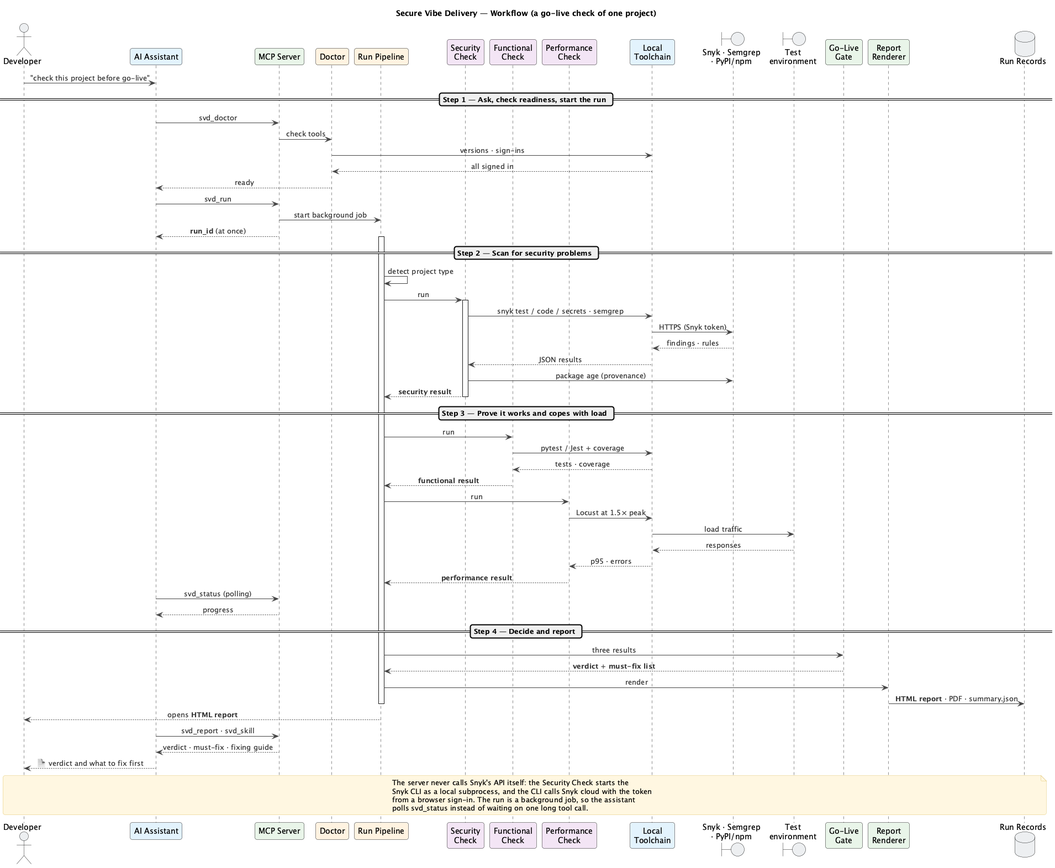
This is docs/architecture/system-workflow.png from t-labs-buy/secure-vibe-delivery, a PlantUML export, as it was before one commit. The source it was exported from:
```plantuml
@startuml system-workflow
title Secure Vibe Delivery — Workflow (a go-live check of one project)

skinparam backgroundColor #FFFFFF
skinparam shadowing false
skinparam sequenceMessageAlign center
skinparam roundcorner 8
skinparam ArrowColor #444444
skinparam ArrowFontColor #333333
skinparam responseMessageBelowArrow true
skinparam NoteBackgroundColor #FFF7E0
skinparam NoteBorderColor #E0C46C

actor "Developer" as User #ECEFF1
participant "AI Assistant" as AST #E3F2FD
participant "MCP Server" as MCP #E8F5E9
participant "Doctor" as DOC #FFF3E0
participant "Run Pipeline" as PIPE #FFF3E0
participant "Security\nCheck" as SEC #F3E5F5
participant "Functional\nCheck" as FUN #F3E5F5
participant "Performance\nCheck" as PERF #F3E5F5
participant "Local\nToolchain" as TOOLS #E3F2FD
boundary "Snyk · Semgrep\n· PyPI/npm" as CLOUD #ECEFF1
boundary "Test\nenvironment" as TEST #ECEFF1
participant "Go-Live\nGate" as GATE #E8F5E9
participant "Report\nRenderer" as REND #E8F5E9
database "Run Records" as RUNS #ECEFF1

User -> AST : "check this project before go-live"

== Step 1 — Ask, check readiness, start the run ==
AST -> MCP : svd_doctor
MCP -> DOC : check tools
DOC -> TOOLS : versions · sign-ins
TOOLS --> DOC : all signed in
DOC --> AST : ready
AST -> MCP : svd_run
MCP -> PIPE : start background job
MCP --> AST : **run_id** (at once)

== Step 2 — Scan for security problems ==
activate PIPE
PIPE -> PIPE : detect project type
PIPE -> SEC : run
activate SEC
SEC -> TOOLS : snyk test / code / secrets · semgrep
TOOLS -> CLOUD : HTTPS (Snyk token)
CLOUD --> TOOLS : findings · rules
TOOLS --> SEC : JSON results
SEC -> CLOUD : package age (provenance)
SEC --> PIPE : **security result**
deactivate SEC

== Step 3 — Prove it works and copes with load ==
PIPE -> FUN : run
FUN -> TOOLS : pytest / Jest + coverage
TOOLS --> FUN : tests · coverage
FUN --> PIPE : **functional result**
PIPE -> PERF : run
PERF -> TOOLS : Locust at 1.5× peak
TOOLS -> TEST : load traffic
TEST --> TOOLS : responses
TOOLS --> PERF : p95 · errors
PERF --> PIPE : **performance result**
AST -> MCP : svd_status (polling)
MCP --> AST : progress

== Step 4 — Decide and report ==
PIPE -> GATE : three results
GATE --> PIPE : **verdict** + **must-fix list**
PIPE -> REND : render
REND -> RUNS : **HTML report** · PDF · summary.json
deactivate PIPE
PIPE --> User : opens **HTML report**
AST -> MCP : svd_report · svd_skill
MCP --> AST : verdict · must-fix · fixing guide
AST --> User : 📄 verdict and what to fix first

note across
  The server never calls Snyk's API itself: the Security Check starts the
  Snyk CLI as a local subprocess, and the CLI calls Snyk cloud with the token
  from a browser sign-in. The run is a background job, so the assistant
  polls svd_status instead of waiting on one long tool call.
end note

@enduml
```
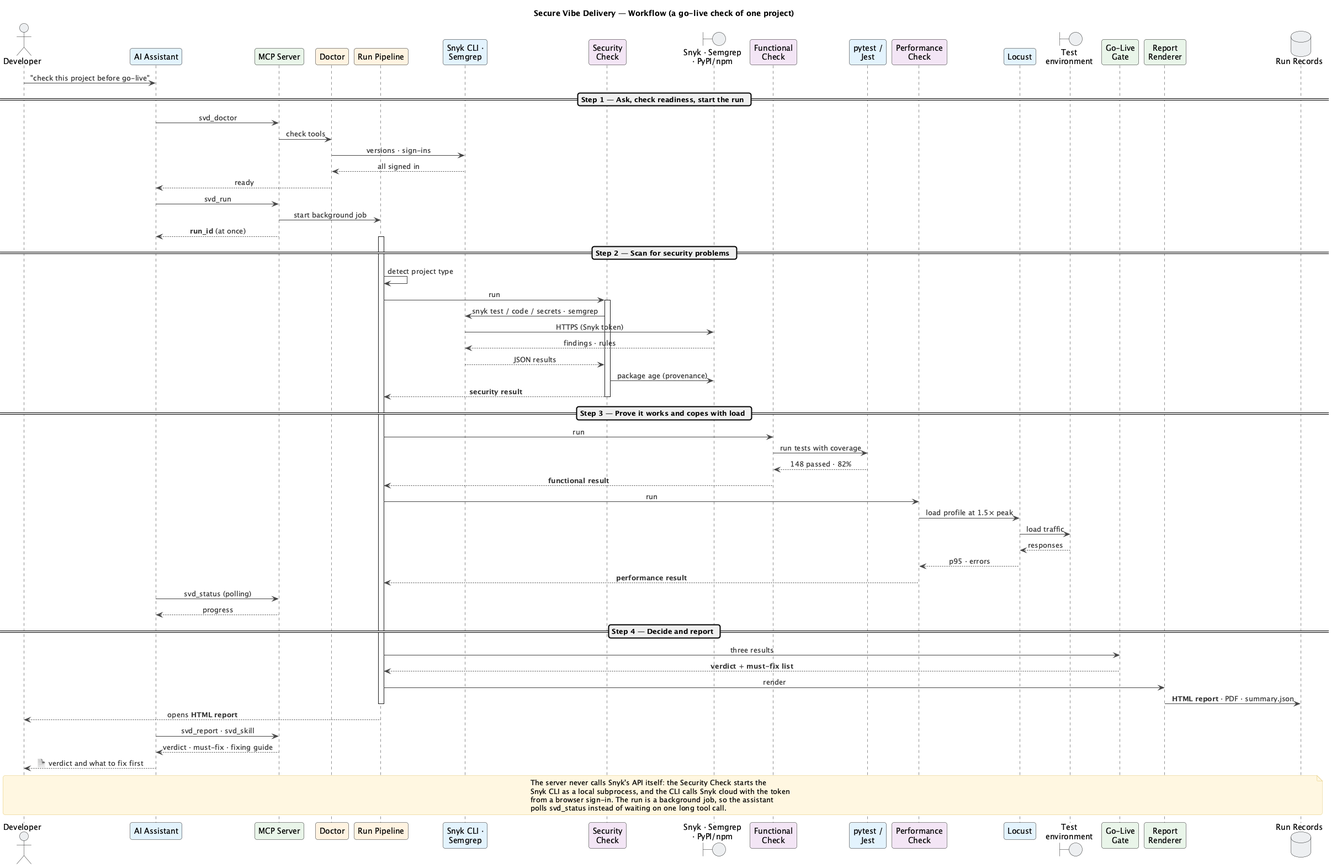
Above is the later version.

Commit message:
Docs: diagrams show each check's own local tool

Change to the diagram source:
```diff
@@ -16,11 +16,13 @@
 participant "MCP Server" as MCP #E8F5E9
 participant "Doctor" as DOC #FFF3E0
 participant "Run Pipeline" as PIPE #FFF3E0
+participant "Snyk CLI ·\nSemgrep" as SCAN #E3F2FD
 participant "Security\nCheck" as SEC #F3E5F5
+boundary "Snyk · Semgrep\n· PyPI/npm" as CLOUD #ECEFF1
 participant "Functional\nCheck" as FUN #F3E5F5
+participant "pytest /\nJest" as PYT #E3F2FD
 participant "Performance\nCheck" as PERF #F3E5F5
-participant "Local\nToolchain" as TOOLS #E3F2FD
-boundary "Snyk · Semgrep\n· PyPI/npm" as CLOUD #ECEFF1
+participant "Locust" as LOC #E3F2FD
 boundary "Test\nenvironment" as TEST #ECEFF1
 participant "Go-Live\nGate" as GATE #E8F5E9
 participant "Report\nRenderer" as REND #E8F5E9
@@ -31,8 +33,8 @@
 == Step 1 — Ask, check readiness, start the run ==
 AST -> MCP : svd_doctor
 MCP -> DOC : check tools
-DOC -> TOOLS : versions · sign-ins
-TOOLS --> DOC : all signed in
+DOC -> SCAN : versions · sign-ins
+SCAN --> DOC : all signed in
 DOC --> AST : ready
 AST -> MCP : svd_run
 MCP -> PIPE : start background job
@@ -43,24 +45,24 @@
 PIPE -> PIPE : detect project type
 PIPE -> SEC : run
 activate SEC
-SEC -> TOOLS : snyk test / code / secrets · semgrep
-TOOLS -> CLOUD : HTTPS (Snyk token)
-CLOUD --> TOOLS : findings · rules
-TOOLS --> SEC : JSON results
+SEC -> SCAN : snyk test / code / secrets · semgrep
+SCAN -> CLOUD : HTTPS (Snyk token)
+CLOUD --> SCAN : findings · rules
+SCAN --> SEC : JSON results
 SEC -> CLOUD : package age (provenance)
 SEC --> PIPE : **security result**
 deactivate SEC
 
 == Step 3 — Prove it works and copes with load ==
 PIPE -> FUN : run
-FUN -> TOOLS : pytest / Jest + coverage
-TOOLS --> FUN : tests · coverage
+FUN -> PYT : run tests with coverage
+PYT --> FUN : 148 passed · 82%
 FUN --> PIPE : **functional result**
 PIPE -> PERF : run
-PERF -> TOOLS : Locust at 1.5× peak
-TOOLS -> TEST : load traffic
-TEST --> TOOLS : responses
-TOOLS --> PERF : p95 · errors
+PERF -> LOC : load profile at 1.5× peak
+LOC -> TEST : load traffic
+TEST --> LOC : responses
+LOC --> PERF : p95 · errors
 PERF --> PIPE : **performance result**
 AST -> MCP : svd_status (polling)
 MCP --> AST : progress
```
